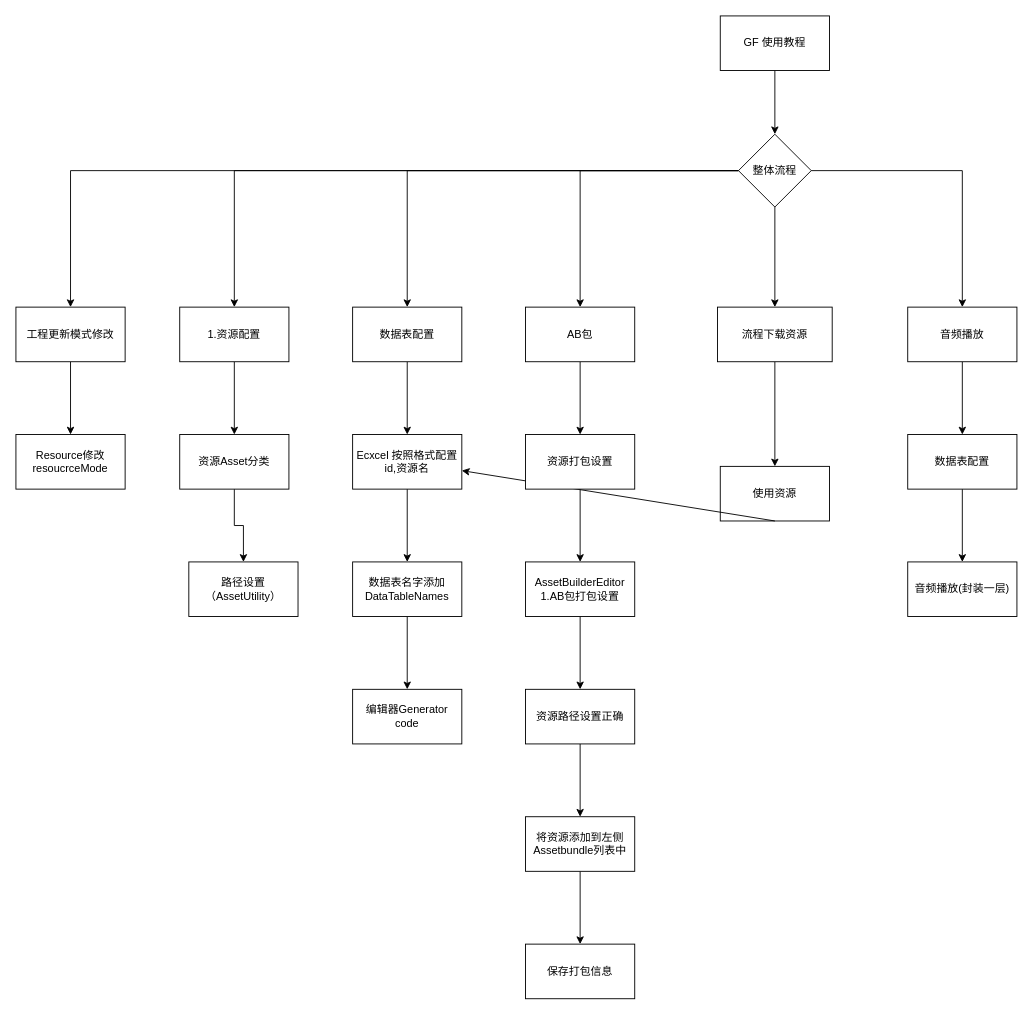
This is GameFramework/GF 使用.drawio from xzp3094997376/DrawIO, a draw.io file, before an edit. Source tidied: cells renumbered, new cells numbered last; positions are measured from the earlier drawing's top-left corner, leaving out a move shared by most shapes. Both pictures are drawn from the tidied source at 91%, with x=0, y=0 at pixel (15, 15).
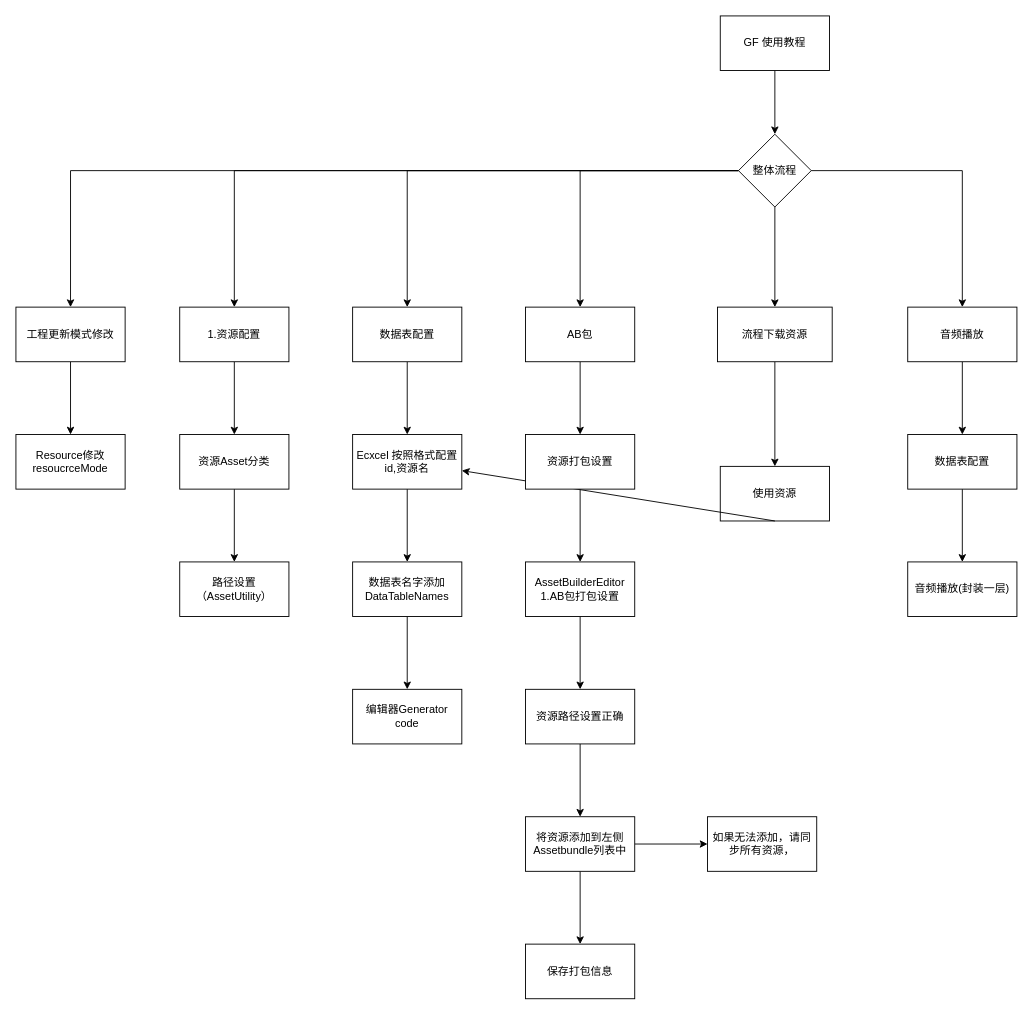
The same diagram, later.

The change refers to these unchanged cells:
```xml
<mxCell id="38" value="将资源添加到左侧Assetbundle列表中" style="whiteSpace=wrap;html=1;" parent="1" vertex="1">
  <mxGeometry x="560" y="880" width="120" height="60" as="geometry" />
</mxCell>
```

Diff of the diagram source:
```diff
@@
     <mxCell id="19" value="路径设置（AssetUtility）" style="whiteSpace=wrap;html=1;" parent="1" vertex="1">
-      <mxGeometry x="190" y="600" width="120" height="60" as="geometry" />
+      <mxGeometry x="180" y="600" width="120" height="60" as="geometry" />
     </mxCell>
@@
+    <mxCell id="46" style="edgeStyle=orthogonalEdgeStyle;rounded=0;jettySize=auto;html=1;" parent="1" edge="1" source="38" target="47">
+      <mxGeometry relative="1" as="geometry" />
+    </mxCell>
@@
+    <mxCell id="47" value="如果无法添加，请同步所有资源，" style="whiteSpace=wrap;html=1;" parent="1" vertex="1">
+      <mxGeometry x="760" y="880" width="120" height="60" as="geometry" />
+    </mxCell>
```
